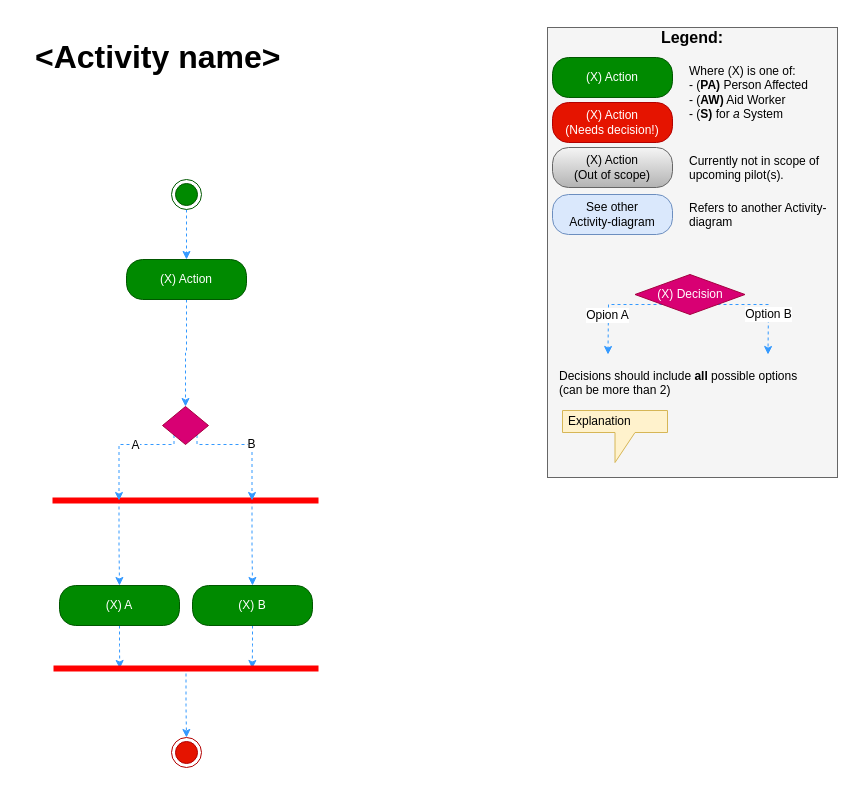
This is Activity Diagrams/_Template activity.drawio from nsward/diagrams, a draw.io file, before an edit. Source tidied: cells renumbered, new cells numbered last; positions are measured from the earlier drawing's top-left corner, leaving out a move shared by most shapes. Both pictures are drawn from the tidied source at 100%, with x=0, y=0 at pixel (17, 17).
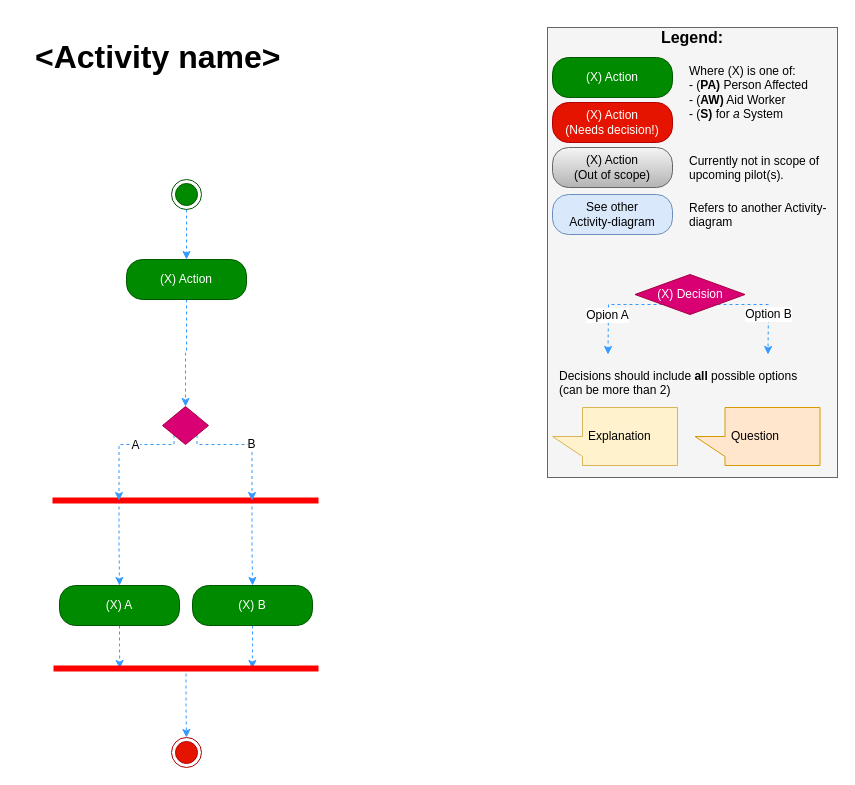
The same diagram, later.

Commit message:
Update legend on Template

Change to the diagram source:
```diff
@@
-    <mxCell id="36" value="&lt;p&gt;Explanation&lt;/p&gt;" style="shape=callout;whiteSpace=wrap;html=1;perimeter=calloutPerimeter;fillColor=#fff2cc;fontSize=12;align=left;strokeColor=#d6b656;spacingLeft=4;" parent="1" vertex="1">
-      <mxGeometry x="545" y="393" width="105" height="52" as="geometry" />
+    <mxCell id="36" value="&lt;p&gt;Explanation&lt;/p&gt;" style="shape=callout;whiteSpace=wrap;html=1;perimeter=calloutPerimeter;fillColor=#fff2cc;fontSize=12;align=left;strokeColor=#d6b656;spacingLeft=4;direction=south;" parent="1" vertex="1">
+      <mxGeometry x="535" y="390" width="125" height="58" as="geometry" />
     </mxCell>
@@
+    <mxCell id="39" value="&lt;p&gt;Question&lt;/p&gt;" style="shape=callout;whiteSpace=wrap;html=1;perimeter=calloutPerimeter;fillColor=#ffe6cc;fontSize=12;align=left;strokeColor=#d79b00;spacingLeft=4;direction=south;" parent="1" vertex="1">
+      <mxGeometry x="677.5" y="390" width="125" height="58" as="geometry" />
+    </mxCell>
```
